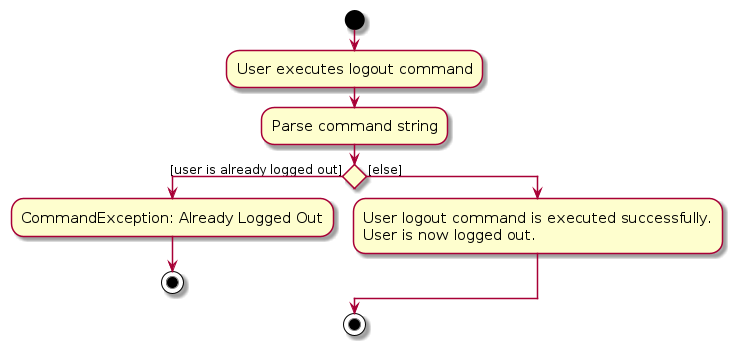
Above: diagrams/UserLogoutActivityDiagram.png in zhonghan721/tp (PlantUML), before the change. Its source is kept beside it as diagrams/UserLogoutActivityDiagram.puml.
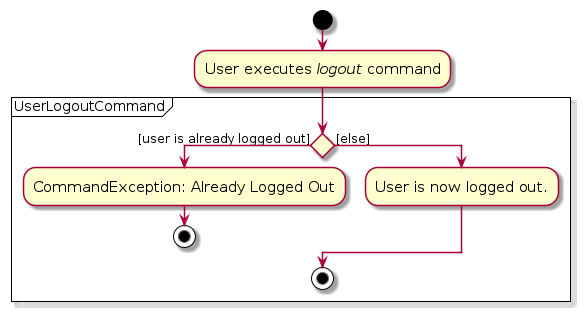
Later version of the same file.

The edit, as a diff of the source:
```diff
@@ -4,15 +4,18 @@
 skinparam ArrowFontSize 12
 !pragma useVerticalIf on
 start
-:User executes logout command;
-:Parse command string;
+
+:User executes <i>logout</i> command;
+
+partition UserLogoutCommand
+
 
 if () then ([user is already logged out])
     :CommandException: Already Logged Out;
     stop
 else ([else])
-    :User logout command is executed successfully.
-    User is now logged out.;
+    :User is now logged out.;
+
 endif
 
 stop
```
